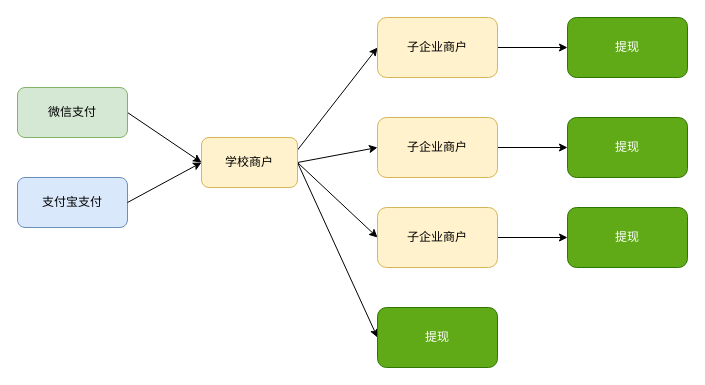
The draw.io diagram page "第 5 页" (5 of 19) of 青岛恒星示意.drawio in bzerozero7/test, before the edit. Source tidied: cells renumbered, new cells numbered last; positions are measured from the earlier drawing's top-left corner, leaving out a move shared by most shapes. Both pictures are drawn from the tidied source at 100%, with x=0, y=0 at pixel (17, 17).
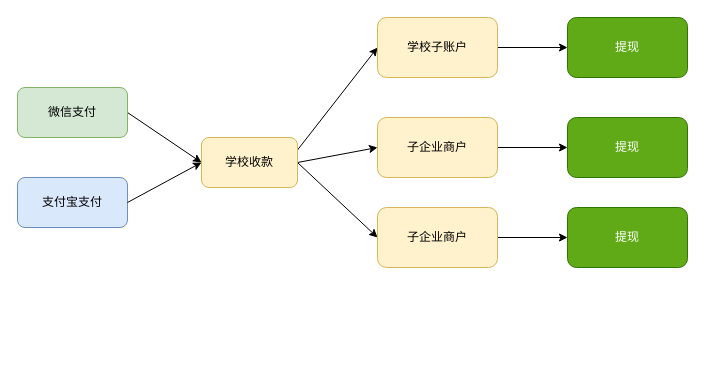
The same page after the edit.

Change to the diagram source:
```diff
@@
-    <mxCell id="7" style="rounded=0;jettySize=auto;html=1;exitX=1;exitY=0.5;exitDx=0;exitDy=0;entryX=0;entryY=0.5;entryDx=0;entryDy=0;" parent="1" edge="1" source="8" target="9">
-      <mxGeometry relative="1" as="geometry" />
-    </mxCell>
-    <mxCell id="8" value="学校商户" style="rounded=1;whiteSpace=wrap;html=1;fillColor=#fff2cc;strokeColor=#d6b656;" parent="1" vertex="1">
+    <mxCell id="8" value="学校收款" style="rounded=1;whiteSpace=wrap;html=1;fillColor=#fff2cc;strokeColor=#d6b656;" parent="1" vertex="1">
       <mxGeometry x="184" y="120" width="96" height="50" as="geometry" />
     </mxCell>
-    <mxCell id="9" value="提现" style="rounded=1;whiteSpace=wrap;html=1;fillColor=#60a917;fontColor=#ffffff;strokeColor=#2D7600;" parent="1" vertex="1">
-      <mxGeometry x="360" y="290" width="120" height="60" as="geometry" />
-    </mxCell>
@@
-    <mxCell id="13" value="子企业商户" style="rounded=1;whiteSpace=wrap;html=1;fillColor=#fff2cc;strokeColor=#d6b656;" parent="1" vertex="1">
+    <mxCell id="13" value="学校子账户" style="rounded=1;whiteSpace=wrap;html=1;fillColor=#fff2cc;strokeColor=#d6b656;" parent="1" vertex="1">
       <mxGeometry x="360" width="120" height="60" as="geometry" />
     </mxCell>
```
